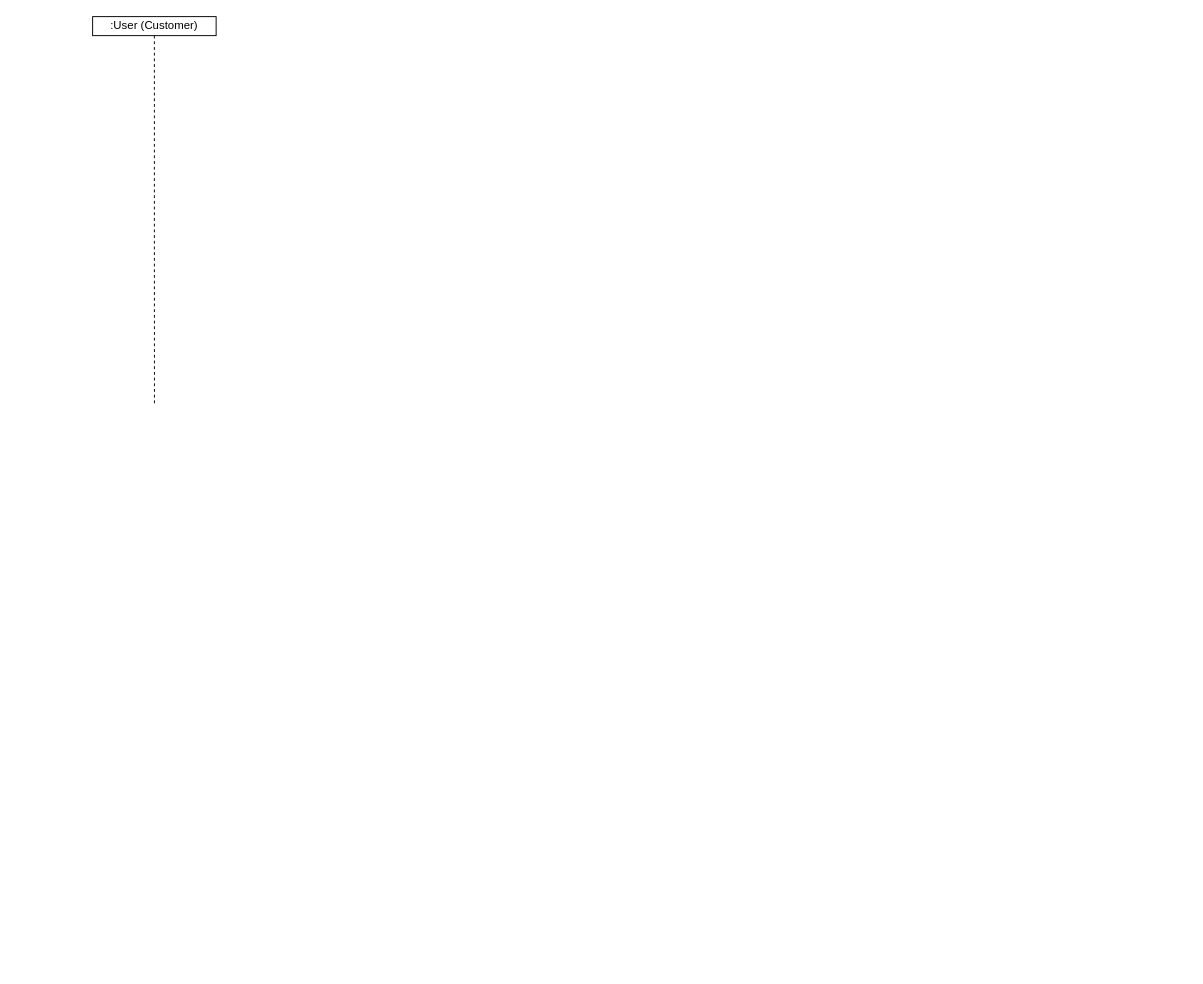
This is diagrams/Online Store interactions.drawio from rusvlp/UML, a draw.io file, before an edit. Source tidied: cells renumbered, new cells numbered last; positions are measured from the earlier drawing's top-left corner, leaving out a move shared by most shapes. Both pictures are drawn from the tidied source at 95%, with x=0, y=0 at pixel (92, 16).
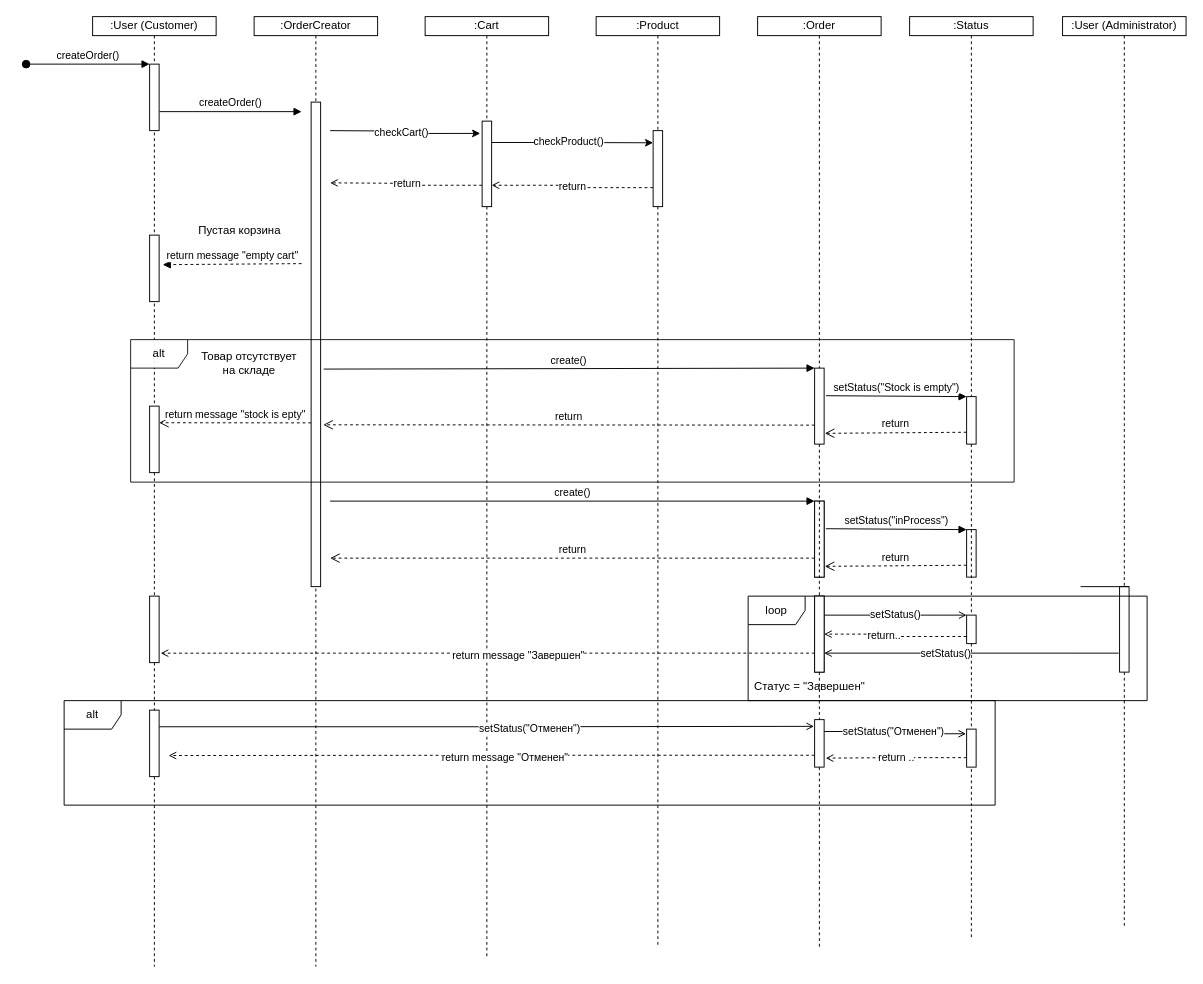
Above is the later version.

The change refers to these unchanged cells:
```xml
<mxCell id="3" value=":User (Customer)" style="rounded=0;whiteSpace=wrap;html=1;" parent="1" vertex="1">
  <mxGeometry width="130" height="20" as="geometry" />
</mxCell>
```

Diff of the diagram source:
```diff
@@
-    <mxCell id="2" style="edgeStyle=orthogonalEdgeStyle;rounded=0;jettySize=auto;html=1;exitX=0.5;exitY=1;exitDx=0;exitDy=0;endArrow=none;endFill=0;dashed=1;" parent="1" edge="1" source="3">
+    <mxCell id="2" style="edgeStyle=orthogonalEdgeStyle;rounded=0;jettySize=auto;html=1;exitX=0.5;exitY=1;exitDx=0;exitDy=0;endArrow=none;endFill=0;dashed=1;startArrow=none;" parent="1" edge="1" source="65">
       <mxGeometry relative="1" as="geometry">
-        <mxPoint x="65.1" y="410" as="targetPoint" />
+        <mxPoint x="65" y="1000" as="targetPoint" />
       </mxGeometry>
     </mxCell>
@@
+    <mxCell id="4" value="createOrder()" style="html=1;verticalAlign=bottom;startArrow=oval;startFill=1;endArrow=block;startSize=8;rounded=0;" parent="1" edge="1">
+      <mxGeometry relative="1" as="geometry">
+        <mxPoint x="-70" y="50" as="sourcePoint" />
+        <mxPoint x="60" y="50" as="targetPoint" />
+      </mxGeometry>
+    </mxCell>
+    <mxCell id="5" style="edgeStyle=orthogonalEdgeStyle;rounded=0;jettySize=auto;html=1;exitX=0.5;exitY=1;exitDx=0;exitDy=0;endArrow=none;endFill=0;dashed=1;" parent="1" edge="1" source="6">
+      <mxGeometry relative="1" as="geometry">
+        <mxPoint x="235" y="1000" as="targetPoint" />
+      </mxGeometry>
+    </mxCell>
+    <mxCell id="6" value=":OrderCreator" style="rounded=0;whiteSpace=wrap;html=1;" parent="1" vertex="1">
+      <mxGeometry x="170" width="130" height="20" as="geometry" />
+    </mxCell>
+    <mxCell id="7" style="edgeStyle=orthogonalEdgeStyle;rounded=0;jettySize=auto;html=1;entryX=-0.2;entryY=0.144;entryDx=0;entryDy=0;entryPerimeter=0;" parent="1" edge="1" target="16">
+      <mxGeometry relative="1" as="geometry">
+        <mxPoint x="250" y="120" as="sourcePoint" />
+      </mxGeometry>
+    </mxCell>
+    <mxCell id="8" value="checkCart()" style="edgeLabel;html=1;align=center;verticalAlign=middle;" parent="7" vertex="1">
+      <mxGeometry x="-0.06" y="-1" relative="1" as="geometry" />
+    </mxCell>
+    <mxCell id="9" style="rounded=0;whiteSpace=wrap;html=1;fillColor=default;" parent="1" vertex="1">
+      <mxGeometry x="230" y="90" width="10" height="510" as="geometry" />
+    </mxCell>
+    <mxCell id="10" value="createOrder()" style="html=1;verticalAlign=bottom;endArrow=block;rounded=0;exitX=1.039;exitY=0.714;exitDx=0;exitDy=0;exitPerimeter=0;" parent="1" edge="1">
+      <mxGeometry relative="1" as="geometry">
+        <mxPoint x="70.4" y="100" as="sourcePoint" />
+        <mxPoint x="220" y="100" as="targetPoint" />
+      </mxGeometry>
+    </mxCell>
+    <mxCell id="11" style="edgeStyle=orthogonalEdgeStyle;rounded=0;jettySize=auto;html=1;exitX=0.5;exitY=1;exitDx=0;exitDy=0;endArrow=none;endFill=0;dashed=1;" parent="1" edge="1" source="12">
+      <mxGeometry relative="1" as="geometry">
+        <mxPoint x="415" y="990" as="targetPoint" />
+      </mxGeometry>
+    </mxCell>
+    <mxCell id="12" value=":Cart" style="rounded=0;whiteSpace=wrap;html=1;" parent="1" vertex="1">
+      <mxGeometry x="350" width="130" height="20" as="geometry" />
+    </mxCell>
+    <mxCell id="13" style="edgeStyle=orthogonalEdgeStyle;rounded=0;jettySize=auto;html=1;exitX=1;exitY=0.25;exitDx=0;exitDy=0;" parent="1" edge="1" source="16">
+      <mxGeometry relative="1" as="geometry">
+        <mxPoint x="590" y="132.8" as="targetPoint" />
+      </mxGeometry>
+    </mxCell>
+    <mxCell id="14" value="checkProduct()" style="edgeLabel;html=1;align=center;verticalAlign=middle;" parent="13" vertex="1">
+      <mxGeometry x="-0.06" y="1" relative="1" as="geometry" />
+    </mxCell>
+    <mxCell id="15" value="return" style="edgeStyle=orthogonalEdgeStyle;rounded=0;jettySize=auto;html=1;exitX=0;exitY=0.75;exitDx=0;exitDy=0;dashed=1;endArrow=open;endFill=0;" parent="1" edge="1" source="16">
+      <mxGeometry relative="1" as="geometry">
+        <mxPoint x="250" y="175" as="targetPoint" />
+      </mxGeometry>
+    </mxCell>
+    <mxCell id="16" style="rounded=0;whiteSpace=wrap;html=1;" parent="1" vertex="1">
+      <mxGeometry x="410" y="110" width="10" height="90" as="geometry" />
+    </mxCell>
+    <mxCell id="17" style="edgeStyle=orthogonalEdgeStyle;rounded=0;jettySize=auto;html=1;exitX=0.5;exitY=1;exitDx=0;exitDy=0;endArrow=none;endFill=0;dashed=1;" parent="1" edge="1" source="18">
+      <mxGeometry relative="1" as="geometry">
+        <mxPoint x="595" y="980" as="targetPoint" />
+      </mxGeometry>
+    </mxCell>
+    <mxCell id="18" value=":Product" style="rounded=0;whiteSpace=wrap;html=1;" parent="1" vertex="1">
+      <mxGeometry x="530" width="130" height="20" as="geometry" />
+    </mxCell>
+    <mxCell id="19" value="return" style="edgeStyle=orthogonalEdgeStyle;rounded=0;jettySize=auto;html=1;exitX=0;exitY=0.75;exitDx=0;exitDy=0;entryX=1;entryY=0.75;entryDx=0;entryDy=0;dashed=1;endArrow=open;endFill=0;" parent="1" edge="1" source="20" target="16">
+      <mxGeometry relative="1" as="geometry" />
+    </mxCell>
+    <mxCell id="20" style="rounded=0;whiteSpace=wrap;html=1;" parent="1" vertex="1">
+      <mxGeometry x="590" y="120" width="10" height="80" as="geometry" />
+    </mxCell>
+    <mxCell id="21" value="Пустая корзина" style="text;html=1;strokeColor=none;fillColor=none;align=center;verticalAlign=middle;whiteSpace=wrap;rounded=0;" parent="1" vertex="1">
+      <mxGeometry x="100" y="210" width="110" height="30" as="geometry" />
+    </mxCell>
+    <mxCell id="22" value="return message &quot;empty cart&quot;" style="html=1;verticalAlign=bottom;endArrow=block;rounded=0;entryX=1.375;entryY=0.158;entryDx=0;entryDy=0;entryPerimeter=0;dashed=1;" parent="1" edge="1">
+      <mxGeometry relative="1" as="geometry">
+        <mxPoint x="220" y="260" as="sourcePoint" />
+        <mxPoint x="73.8" y="261.1" as="targetPoint" />
+      </mxGeometry>
+    </mxCell>
+    <mxCell id="23" style="edgeStyle=orthogonalEdgeStyle;rounded=0;jettySize=auto;html=1;exitX=0.5;exitY=1;exitDx=0;exitDy=0;endArrow=none;endFill=0;dashed=1;startArrow=none;" parent="1" edge="1" source="71">
+      <mxGeometry relative="1" as="geometry">
+        <mxPoint x="765" y="980" as="targetPoint" />
+      </mxGeometry>
+    </mxCell>
+    <mxCell id="24" value=":Order" style="rounded=0;whiteSpace=wrap;html=1;" parent="1" vertex="1">
+      <mxGeometry x="700" width="130" height="20" as="geometry" />
+    </mxCell>
+    <mxCell id="25" style="rounded=0;whiteSpace=wrap;html=1;" parent="1" vertex="1">
+      <mxGeometry x="760" y="370" width="10" height="80" as="geometry" />
+    </mxCell>
+    <mxCell id="26" style="edgeStyle=orthogonalEdgeStyle;rounded=0;jettySize=auto;html=1;exitX=0.5;exitY=1;exitDx=0;exitDy=0;endArrow=none;endFill=0;dashed=1;" parent="1" edge="1" source="24" target="25">
+      <mxGeometry relative="1" as="geometry" />
+    </mxCell>
+    <mxCell id="27" value="create()" style="html=1;verticalAlign=bottom;endArrow=block;rounded=0;entryX=0;entryY=0;entryDx=0;entryDy=0;exitX=1.327;exitY=0.551;exitDx=0;exitDy=0;exitPerimeter=0;" parent="1" edge="1" source="9" target="25">
+      <mxGeometry relative="1" as="geometry" />
+    </mxCell>
+    <mxCell id="28" style="edgeStyle=orthogonalEdgeStyle;rounded=0;jettySize=auto;html=1;exitX=0.5;exitY=1;exitDx=0;exitDy=0;endArrow=none;endFill=0;dashed=1;startArrow=none;" parent="1" edge="1" source="56">
+      <mxGeometry relative="1" as="geometry">
+        <mxPoint x="925" y="970" as="targetPoint" />
+      </mxGeometry>
+    </mxCell>
+    <mxCell id="29" value=":Status" style="rounded=0;whiteSpace=wrap;html=1;" parent="1" vertex="1">
+      <mxGeometry x="860" width="130" height="20" as="geometry" />
+    </mxCell>
+    <mxCell id="30" style="rounded=0;whiteSpace=wrap;html=1;" parent="1" vertex="1">
+      <mxGeometry x="920" y="400" width="10" height="50" as="geometry" />
+    </mxCell>
+    <mxCell id="31" style="edgeStyle=orthogonalEdgeStyle;rounded=0;jettySize=auto;html=1;exitX=0.5;exitY=1;exitDx=0;exitDy=0;endArrow=none;endFill=0;dashed=1;" parent="1" edge="1" source="29" target="30">
+      <mxGeometry relative="1" as="geometry" />
+    </mxCell>
+    <mxCell id="32" value="setStatus(&quot;Stock is empty&quot;)" style="html=1;verticalAlign=bottom;endArrow=block;rounded=0;entryX=0;entryY=0;entryDx=0;entryDy=0;exitX=1.186;exitY=0.363;exitDx=0;exitDy=0;exitPerimeter=0;" parent="1" edge="1" source="25" target="30">
+      <mxGeometry relative="1" as="geometry" />
+    </mxCell>
+    <mxCell id="33" value="return" style="html=1;verticalAlign=bottom;endArrow=open;dashed=1;endSize=8;rounded=0;exitX=0;exitY=0.75;exitDx=0;exitDy=0;entryX=1.072;entryY=0.858;entryDx=0;entryDy=0;entryPerimeter=0;" parent="1" edge="1" source="30" target="25">
+      <mxGeometry relative="1" as="geometry" />
+    </mxCell>
+    <mxCell id="34" value="return" style="html=1;verticalAlign=bottom;endArrow=open;dashed=1;endSize=8;rounded=0;exitX=0;exitY=0.75;exitDx=0;exitDy=0;entryX=1.278;entryY=0.666;entryDx=0;entryDy=0;entryPerimeter=0;" parent="1" edge="1" source="25" target="9">
+      <mxGeometry relative="1" as="geometry" />
+    </mxCell>
+    <mxCell id="35" style="rounded=0;whiteSpace=wrap;html=1;" parent="1" vertex="1">
+      <mxGeometry x="60" y="410" width="10" height="70" as="geometry" />
+    </mxCell>
+    <mxCell id="36" style="edgeStyle=orthogonalEdgeStyle;rounded=0;jettySize=auto;html=1;exitX=0.5;exitY=1;exitDx=0;exitDy=0;endArrow=none;endFill=0;dashed=1;" parent="1" edge="1" source="3" target="35">
+      <mxGeometry relative="1" as="geometry" />
+    </mxCell>
+    <mxCell id="37" value="return message &quot;stock is epty&quot;" style="html=1;verticalAlign=bottom;endArrow=open;dashed=1;endSize=8;rounded=0;entryX=1;entryY=0.25;entryDx=0;entryDy=0;exitX=0;exitY=0.662;exitDx=0;exitDy=0;exitPerimeter=0;" parent="1" edge="1" source="9" target="35">
+      <mxGeometry relative="1" as="geometry" />
+    </mxCell>
+    <mxCell id="38" value="Товар отсутствует на складе" style="text;html=1;strokeColor=none;fillColor=none;align=center;verticalAlign=middle;whiteSpace=wrap;rounded=0;" parent="1" vertex="1">
+      <mxGeometry x="110" y="350" width="110" height="30" as="geometry" />
+    </mxCell>
+    <mxCell id="39" style="rounded=0;whiteSpace=wrap;html=1;" parent="1" vertex="1">
+      <mxGeometry x="760" y="510" width="10" height="80" as="geometry" />
+    </mxCell>
+    <mxCell id="40" value="create()" style="html=1;verticalAlign=bottom;endArrow=block;rounded=0;entryX=0;entryY=0;entryDx=0;entryDy=0;" parent="1" edge="1" target="39">
+      <mxGeometry relative="1" as="geometry">
+        <mxPoint x="250" y="510" as="sourcePoint" />
+      </mxGeometry>
+    </mxCell>
+    <mxCell id="41" style="rounded=0;whiteSpace=wrap;html=1;" parent="1" vertex="1">
+      <mxGeometry x="920" y="540" width="10" height="50" as="geometry" />
+    </mxCell>
+    <mxCell id="42" value="setStatus(&quot;inProcess&quot;)" style="html=1;verticalAlign=bottom;endArrow=block;rounded=0;entryX=0;entryY=0;entryDx=0;entryDy=0;exitX=1.186;exitY=0.363;exitDx=0;exitDy=0;exitPerimeter=0;" parent="1" edge="1" source="39" target="41">
+      <mxGeometry relative="1" as="geometry" />
+    </mxCell>
+    <mxCell id="43" value="return" style="html=1;verticalAlign=bottom;endArrow=open;dashed=1;endSize=8;rounded=0;exitX=0;exitY=0.75;exitDx=0;exitDy=0;entryX=1.072;entryY=0.858;entryDx=0;entryDy=0;entryPerimeter=0;" parent="1" edge="1" source="41" target="39">
+      <mxGeometry relative="1" as="geometry" />
+    </mxCell>
+    <mxCell id="44" value="return" style="html=1;verticalAlign=bottom;endArrow=open;dashed=1;endSize=8;rounded=0;exitX=0;exitY=0.75;exitDx=0;exitDy=0;" parent="1" edge="1" source="39">
+      <mxGeometry relative="1" as="geometry">
+        <mxPoint x="250" y="570" as="targetPoint" />
+      </mxGeometry>
+    </mxCell>
+    <mxCell id="45" style="edgeStyle=orthogonalEdgeStyle;rounded=0;jettySize=auto;html=1;exitX=0.5;exitY=1;exitDx=0;exitDy=0;endArrow=none;endFill=0;dashed=1;startArrow=none;" parent="1" edge="1" source="49">
+      <mxGeometry relative="1" as="geometry">
+        <mxPoint x="1086" y="960" as="targetPoint" />
+      </mxGeometry>
+    </mxCell>
+    <mxCell id="46" value=":User (Administrator)" style="rounded=0;whiteSpace=wrap;html=1;" parent="1" vertex="1">
+      <mxGeometry x="1021" width="130" height="20" as="geometry" />
+    </mxCell>
+    <mxCell id="47" style="edgeStyle=orthogonalEdgeStyle;rounded=0;jettySize=auto;html=1;exitX=-0.1;exitY=0.778;exitDx=0;exitDy=0;entryX=1;entryY=0.75;entryDx=0;entryDy=0;endArrow=open;endFill=0;exitPerimeter=0;" parent="1" edge="1" source="49" target="53">
+      <mxGeometry relative="1" as="geometry" />
+    </mxCell>
+    <mxCell id="48" value="setStatus()" style="edgeLabel;html=1;align=center;verticalAlign=middle;" parent="47" vertex="1">
+      <mxGeometry x="0.18" relative="1" as="geometry" />
+    </mxCell>
+    <mxCell id="49" style="rounded=0;whiteSpace=wrap;html=1;" parent="1" vertex="1">
+      <mxGeometry x="1081" y="600" width="10" height="90" as="geometry" />
+    </mxCell>
+    <mxCell id="50" style="edgeStyle=orthogonalEdgeStyle;rounded=0;jettySize=auto;html=1;exitX=0.5;exitY=1;exitDx=0;exitDy=0;endArrow=none;endFill=0;dashed=1;" parent="1" edge="1" source="46" target="49">
+      <mxGeometry relative="1" as="geometry" />
+    </mxCell>
+    <mxCell id="51" style="endArrow=none;html=1;rounded=0;exitX=1;exitY=0;exitDx=0;exitDy=0;" parent="1" edge="1" source="49">
+      <mxGeometry relative="1" as="geometry">
+        <mxPoint x="1040" y="600" as="targetPoint" />
+      </mxGeometry>
+    </mxCell>
+    <mxCell id="52" value="setStatus()" style="edgeStyle=orthogonalEdgeStyle;rounded=0;jettySize=auto;html=1;exitX=1;exitY=0.25;exitDx=0;exitDy=0;endArrow=open;endFill=0;entryX=0;entryY=0;entryDx=0;entryDy=0;" parent="1" edge="1" source="53" target="56">
+      <mxGeometry relative="1" as="geometry">
+        <Array as="points">
+          <mxPoint x="890" y="630" />
+          <mxPoint x="890" y="630" />
+        </Array>
+      </mxGeometry>
+    </mxCell>
+    <mxCell id="53" style="rounded=0;whiteSpace=wrap;html=1;" parent="1" vertex="1">
+      <mxGeometry x="760" y="610" width="10" height="80" as="geometry" />
+    </mxCell>
+    <mxCell id="54" style="edgeStyle=orthogonalEdgeStyle;rounded=0;jettySize=auto;html=1;exitX=0;exitY=0.75;exitDx=0;exitDy=0;entryX=1;entryY=0.5;entryDx=0;entryDy=0;endArrow=open;endFill=0;dashed=1;" parent="1" edge="1" source="56" target="79">
+      <mxGeometry relative="1" as="geometry" />
+    </mxCell>
+    <mxCell id="55" value="return.." style="edgeLabel;html=1;align=center;verticalAlign=middle;" parent="54" vertex="1">
+      <mxGeometry x="0.18" y="1" relative="1" as="geometry" />
+    </mxCell>
+    <mxCell id="56" style="rounded=0;whiteSpace=wrap;html=1;" parent="1" vertex="1">
+      <mxGeometry x="920" y="630" width="10" height="30" as="geometry" />
+    </mxCell>
+    <mxCell id="57" style="edgeStyle=orthogonalEdgeStyle;rounded=0;jettySize=auto;html=1;exitX=0.5;exitY=1;exitDx=0;exitDy=0;endArrow=none;endFill=0;dashed=1;startArrow=none;" parent="1" edge="1" source="30" target="56">
+      <mxGeometry relative="1" as="geometry" />
+    </mxCell>
+    <mxCell id="58" value="Статус = &quot;Завершен&quot;" style="text;html=1;strokeColor=none;fillColor=none;align=center;verticalAlign=middle;whiteSpace=wrap;rounded=0;" parent="1" vertex="1">
+      <mxGeometry x="690" y="690" width="130" height="30" as="geometry" />
+    </mxCell>
+    <mxCell id="59" value="alt" style="shape=umlFrame;whiteSpace=wrap;html=1;opacity=90;" parent="1" vertex="1">
+      <mxGeometry x="40" y="340" width="930" height="150" as="geometry" />
+    </mxCell>
+    <mxCell id="60" value="alt" style="shape=umlFrame;whiteSpace=wrap;html=1;fillColor=default;" parent="1" vertex="1">
+      <mxGeometry x="-30" y="720" width="980" height="110" as="geometry" />
+    </mxCell>
+    <mxCell id="61" style="rounded=0;whiteSpace=wrap;html=1;fillColor=default;" parent="1" vertex="1">
+      <mxGeometry x="60" y="50" width="10" height="70" as="geometry" />
+    </mxCell>
+    <mxCell id="62" style="rounded=0;whiteSpace=wrap;html=1;fillColor=default;" parent="1" vertex="1">
+      <mxGeometry x="60" y="230" width="10" height="70" as="geometry" />
+    </mxCell>
+    <mxCell id="63" style="edgeStyle=orthogonalEdgeStyle;rounded=0;jettySize=auto;html=1;exitX=1;exitY=0.25;exitDx=0;exitDy=0;entryX=-0.065;entryY=0.142;entryDx=0;entryDy=0;entryPerimeter=0;endArrow=open;endFill=0;" parent="1" edge="1" source="65" target="71">
+      <mxGeometry relative="1" as="geometry" />
+    </mxCell>
+    <mxCell id="64" value="setStatus(&quot;Отменен&quot;)" style="edgeLabel;html=1;align=center;verticalAlign=middle;" parent="63" vertex="1">
+      <mxGeometry x="0.13" y="-2" relative="1" as="geometry" />
+    </mxCell>
+    <mxCell id="65" style="rounded=0;whiteSpace=wrap;html=1;fillColor=default;" parent="1" vertex="1">
+      <mxGeometry x="60" y="730" width="10" height="70" as="geometry" />
+    </mxCell>
+    <mxCell id="66" style="edgeStyle=orthogonalEdgeStyle;rounded=0;jettySize=auto;html=1;exitX=0.5;exitY=1;exitDx=0;exitDy=0;endArrow=none;endFill=0;dashed=1;startArrow=none;" parent="1" edge="1" source="81" target="65">
+      <mxGeometry relative="1" as="geometry" />
+    </mxCell>
+    <mxCell id="67" style="edgeStyle=orthogonalEdgeStyle;rounded=0;jettySize=auto;html=1;exitX=1;exitY=0.25;exitDx=0;exitDy=0;entryX=-0.067;entryY=0.122;entryDx=0;entryDy=0;endArrow=open;endFill=0;entryPerimeter=0;" parent="1" edge="1" source="71" target="74">
+      <mxGeometry relative="1" as="geometry" />
+    </mxCell>
+    <mxCell id="68" value="setStatus(&quot;Отменен&quot;)" style="edgeLabel;html=1;align=center;verticalAlign=middle;" parent="67" vertex="1">
+      <mxGeometry x="-0.05" relative="1" as="geometry" />
+    </mxCell>
+    <mxCell id="69" style="edgeStyle=orthogonalEdgeStyle;rounded=0;jettySize=auto;html=1;exitX=0;exitY=0.75;exitDx=0;exitDy=0;dashed=1;endArrow=open;endFill=0;" parent="1" edge="1" source="71">
+      <mxGeometry relative="1" as="geometry">
+        <mxPoint x="80" y="777.8" as="targetPoint" />
+      </mxGeometry>
+    </mxCell>
+    <mxCell id="70" value="return message &quot;Отменен&quot;" style="edgeLabel;html=1;align=center;verticalAlign=middle;" parent="69" vertex="1">
+      <mxGeometry x="-0.04" y="2" relative="1" as="geometry" />
+    </mxCell>
+    <mxCell id="71" style="rounded=0;whiteSpace=wrap;html=1;" parent="1" vertex="1">
+      <mxGeometry x="760" y="740" width="10" height="50" as="geometry" />
+    </mxCell>
+    <mxCell id="72" style="edgeStyle=orthogonalEdgeStyle;rounded=0;jettySize=auto;html=1;exitX=0.5;exitY=1;exitDx=0;exitDy=0;endArrow=none;endFill=0;dashed=1;startArrow=none;" parent="1" edge="1" source="79" target="71">
+      <mxGeometry relative="1" as="geometry" />
+    </mxCell>
+    <mxCell id="73" value="return .." style="edgeStyle=orthogonalEdgeStyle;rounded=0;jettySize=auto;html=1;exitX=0;exitY=0.75;exitDx=0;exitDy=0;entryX=1.172;entryY=0.811;entryDx=0;entryDy=0;entryPerimeter=0;dashed=1;endArrow=open;endFill=0;" parent="1" edge="1" source="74" target="71">
+      <mxGeometry relative="1" as="geometry" />
+    </mxCell>
+    <mxCell id="74" style="rounded=0;whiteSpace=wrap;html=1;" parent="1" vertex="1">
+      <mxGeometry x="920" y="750" width="10" height="40" as="geometry" />
+    </mxCell>
+    <mxCell id="75" style="rounded=0;whiteSpace=wrap;html=1;" parent="1" vertex="1">
+      <mxGeometry x="760" y="510" width="10" height="80" as="geometry" />
+    </mxCell>
+    <mxCell id="76" value="loop" style="shape=umlFrame;whiteSpace=wrap;html=1;fillColor=default;" parent="1" vertex="1">
+      <mxGeometry x="690" y="610" width="420" height="110" as="geometry" />
+    </mxCell>
+    <mxCell id="77" style="edgeStyle=orthogonalEdgeStyle;rounded=0;jettySize=auto;html=1;exitX=0;exitY=0.75;exitDx=0;exitDy=0;dashed=1;endArrow=open;endFill=0;entryX=1.163;entryY=0.858;entryDx=0;entryDy=0;entryPerimeter=0;" parent="1" edge="1" source="79" target="81">
+      <mxGeometry relative="1" as="geometry" />
+    </mxCell>
+    <mxCell id="78" value="return message &quot;Завершен&quot;" style="edgeLabel;html=1;align=center;verticalAlign=middle;" parent="77" vertex="1">
+      <mxGeometry x="-0.09" y="2" relative="1" as="geometry" />
+    </mxCell>
+    <mxCell id="79" style="rounded=0;whiteSpace=wrap;html=1;" parent="1" vertex="1">
+      <mxGeometry x="760" y="610" width="10" height="80" as="geometry" />
+    </mxCell>
+    <mxCell id="80" style="edgeStyle=orthogonalEdgeStyle;rounded=0;jettySize=auto;html=1;exitX=0.5;exitY=1;exitDx=0;exitDy=0;endArrow=none;endFill=0;dashed=1;startArrow=none;" parent="1" edge="1" source="25" target="79">
+      <mxGeometry relative="1" as="geometry" />
+    </mxCell>
+    <mxCell id="81" style="rounded=0;whiteSpace=wrap;html=1;fillColor=default;" parent="1" vertex="1">
+      <mxGeometry x="60" y="610" width="10" height="70" as="geometry" />
+    </mxCell>
+    <mxCell id="82" style="edgeStyle=orthogonalEdgeStyle;rounded=0;jettySize=auto;html=1;exitX=0.5;exitY=1;exitDx=0;exitDy=0;endArrow=none;endFill=0;dashed=1;startArrow=none;" parent="1" edge="1" source="35" target="81">
+      <mxGeometry relative="1" as="geometry" />
+    </mxCell>
```
